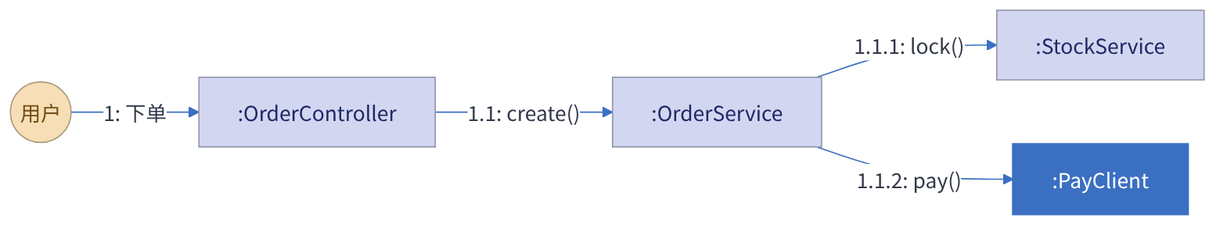
Earlier version of the Mermaid export docs/assets/communication.png (huang-hee/diagram-kit). Its source is kept beside it as docs/assets/communication.mmd.
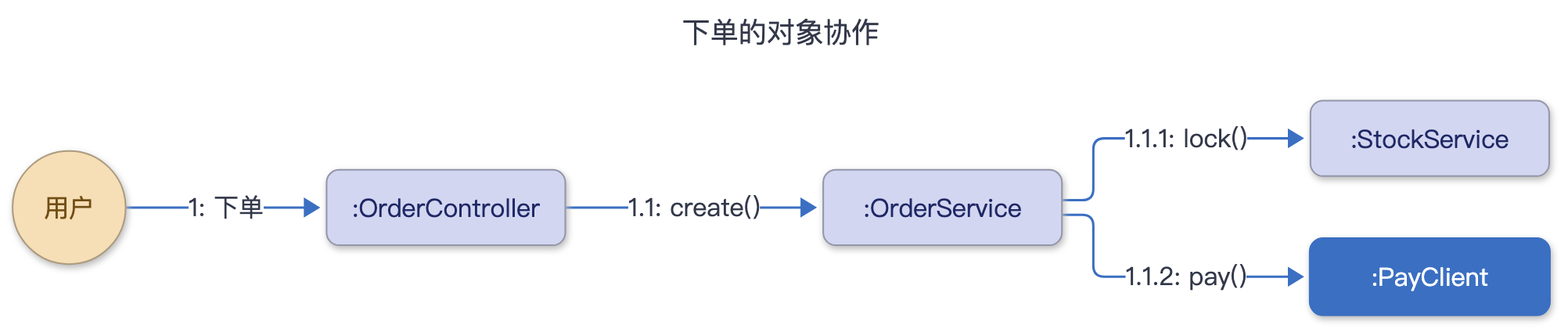
The same diagram one commit later.

Change to the diagram source:
```diff
@@ -1,7 +1,14 @@
 ---
+title: "下单的对象协作"
 config:
   theme: base
   fontFamily: "PingFang SC, Microsoft YaHei, Noto Sans CJK SC, Source Han Sans SC, sans-serif"
+  flowchart:
+    curve: "step"
+    nodeSpacing: 50
+    rankSpacing: 60
+    padding: 12
+    wrappingWidth: 300
   themeVariables:
     background: "#FFFFFF"
     primaryColor: "#FFFFFF"
@@ -25,6 +32,7 @@
   C -- "1.1: create()" --> S[:OrderService]:::object
   S -- "1.1.1: lock()" --> K[:StockService]:::object
   S -- "1.1.2: pay()" --> P[:PayClient]:::msg
-classDef object fill:#D2D6F1,stroke:#9396A9,color:#1F2865
-classDef actor fill:#F6DEB6,stroke:#AC9B7F,color:#714E14
-classDef msg fill:#3B6FC2,stroke:#3B6FC2,color:#FFFFFF,stroke-width:2px
+classDef object fill:#D2D6F1,stroke:#9396A9,color:#1F2865,rx:8,ry:8
+classDef actor fill:#F6DEB6,stroke:#AC9B7F,color:#714E14,rx:8,ry:8
+classDef msg fill:#3B6FC2,stroke:#3B6FC2,color:#FFFFFF,stroke-width:2px,rx:8,ry:8
+linkStyle default stroke-width:1.5px
```
